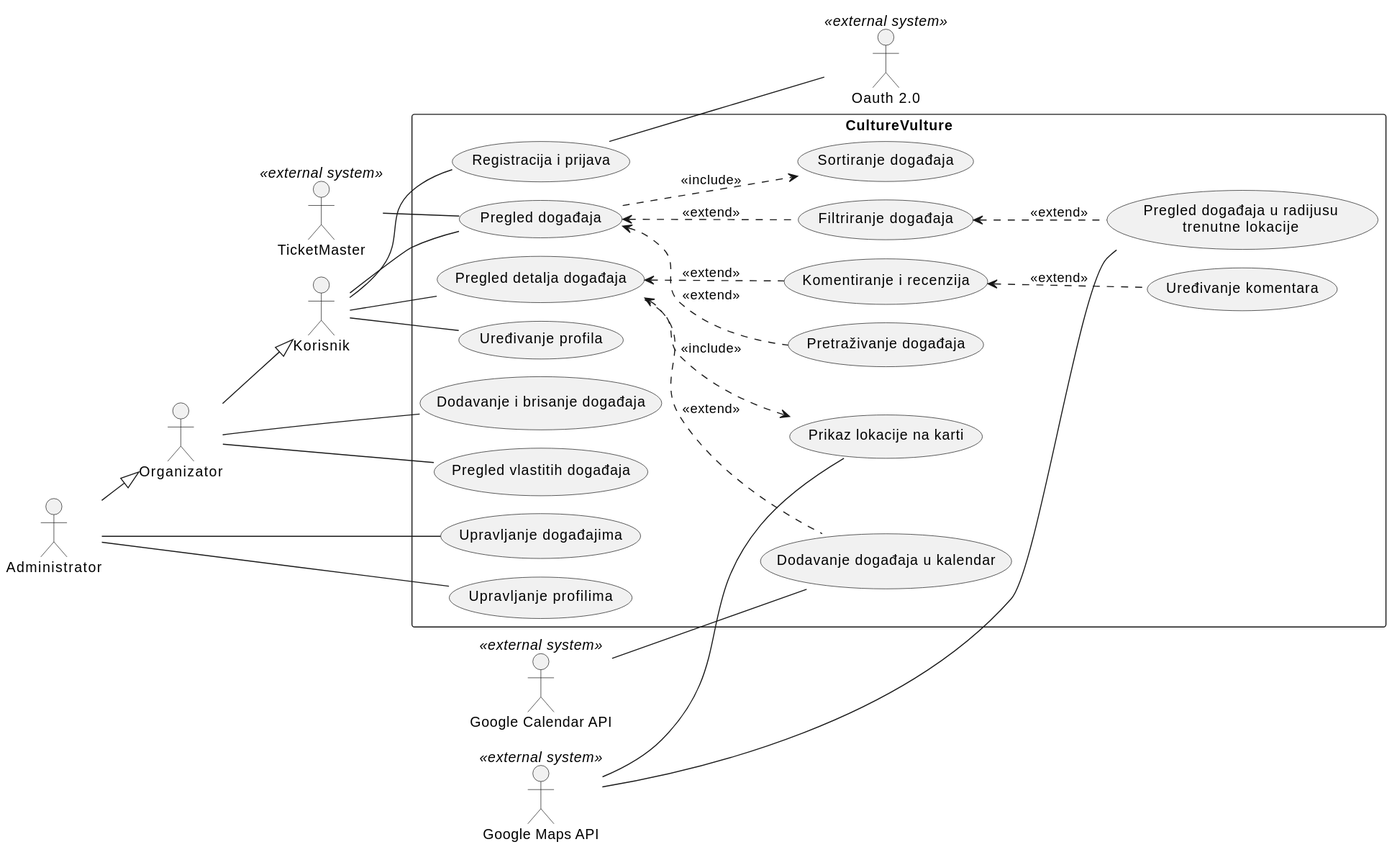
Above: docs/images/usecase.svg in CultureVultureFer/culture-vulture (PlantUML), before the change. Its diagram source:
```plantuml
@startuml
!pragma layout smetana
left to right direction

actor Korisnik
actor Organizator
actor Administrator
actor "Oauth 2.0" as OAuth <<external system>>
actor "TicketMaster" as TicketMaster <<external system>>
actor "Google Maps API" as Maps <<external system>>
actor "Google Calendar API" as Calendar <<external system>>

Organizator --|> Korisnik

Administrator --|> Organizator

rectangle "CultureVulture" {
    usecase "Registracija i prijava" as UC1
    usecase "Komentiranje i recenzija" as UC2
    usecase "Sortiranje događaja" as UC3
    usecase "Dodavanje i brisanje događaja" as UC4
    usecase "Prikaz lokacije na karti" as UC5
    usecase "Pregled događaja u radijusu\ntrenutne lokacije" as UC6
    usecase "Uređivanje profila" as UC7
    usecase "Pretraživanje događaja" as UC8
    usecase "Dodavanje događaja u kalendar" as UC9
    usecase "Pregled događaja" as UC10
    usecase "Upravljanje događajima" as UC11
    usecase "Upravljanje profilima" as UC12
    usecase "Pregled detalja događaja" as UC13
    usecase "Filtriranje događaja" as UC14
    usecase "Uređivanje komentara" as UC15
    usecase "Pregled vlastitih događaja" as UC16
}

Korisnik -- UC1
UC1 -- OAuth

TicketMaster -- UC10
Korisnik -- UC10

UC10 <.. UC14 : <<extend>>
UC14 <.. UC6 : <<extend>>
UC10 <.. UC8 : <<extend>>
UC10 ..> UC3 : <<include>>

Korisnik -- UC13
UC13 ..> UC5 : <<include>>
UC13 <.. UC2 : <<extend>>
UC2 <.. UC15 : <<extend>>
UC13 <.. UC9 : <<extend>>

Korisnik -- UC7

Maps -- UC5
Maps -- UC6

Calendar -- UC9

Organizator -- UC4
Organizator -- UC16

Administrator -- UC11
Administrator -- UC12
@enduml
```
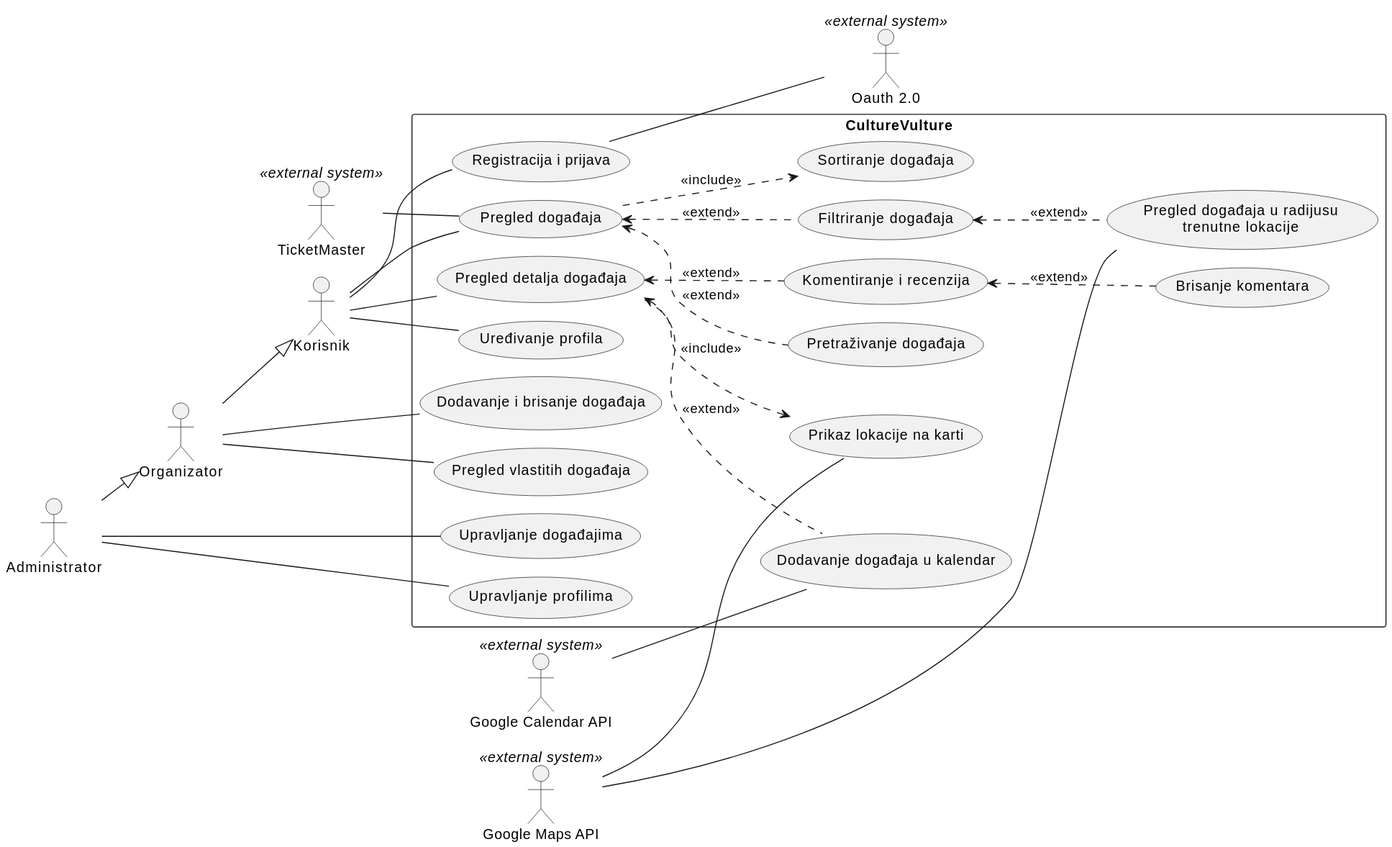
The same file after the commit.

Commit message:
Added full version of Arhitektura-i-oblikovanje and updated usecase diagram

Change to the diagram source:
```diff
@@ -29,7 +29,7 @@
     usecase "Upravljanje profilima" as UC12
     usecase "Pregled detalja događaja" as UC13
     usecase "Filtriranje događaja" as UC14
-    usecase "Uređivanje komentara" as UC15
+    usecase "Brisanje komentara" as UC15
     usecase "Pregled vlastitih događaja" as UC16
 }
 
```
